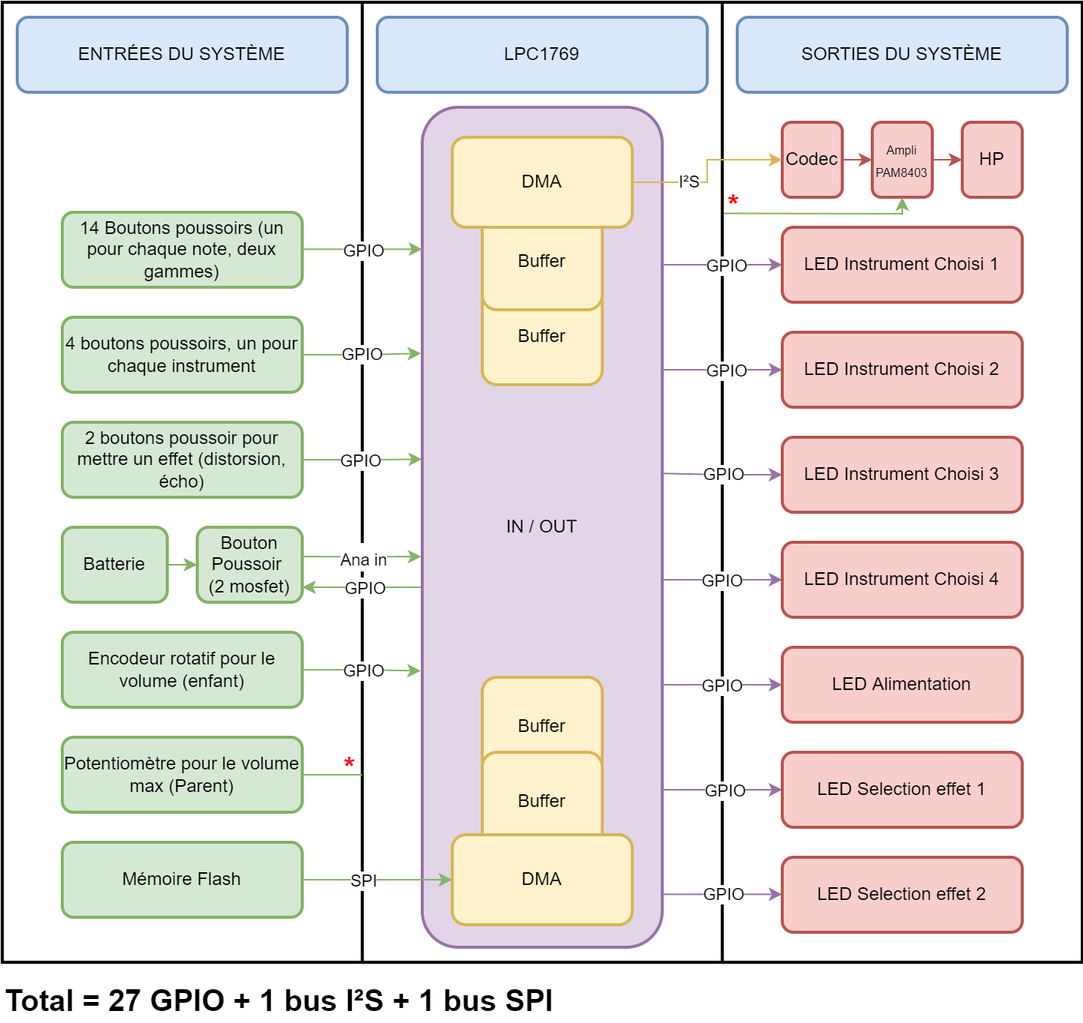
Earlier version of the draw.io export Schemas/Schema_Input_Out_v2.png (Ithoh/ProjetSynthe). Source tidied: cells renumbered, new cells last; positions are measured from the earlier drawing's top-left corner, leaving out a move shared by most shapes.
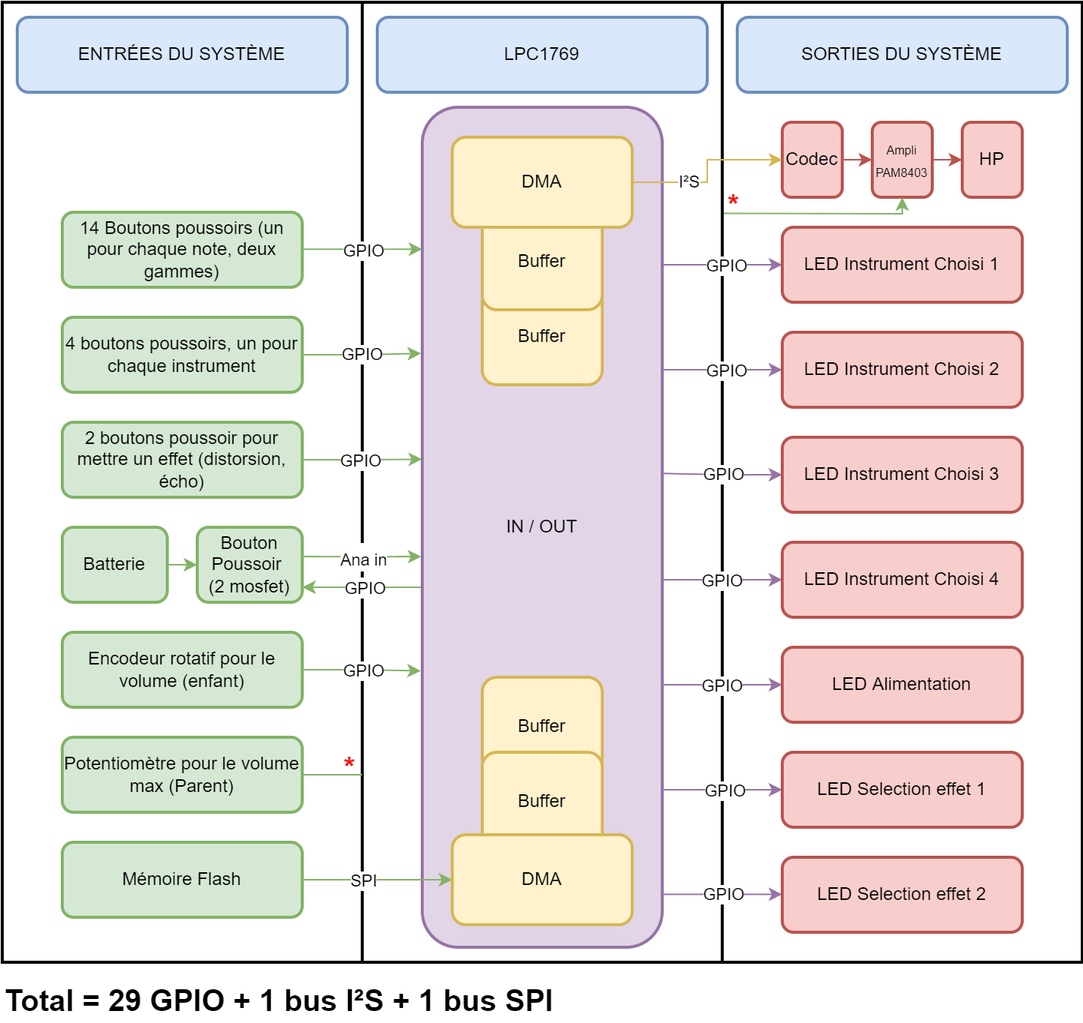
After the commit.

Commit message:
Correction IO schéma

What changed in the source:
```diff
@@ -226,7 +226,7 @@
     <mxCell id="54" value="HP" style="rounded=1;whiteSpace=wrap;html=1;fillColor=#f8cecc;strokeColor=#b85450;strokeWidth=2;" parent="1" vertex="1">
       <mxGeometry x="640" y="80" width="40" height="50" as="geometry" />
     </mxCell>
-    <mxCell id="55" value="&lt;font size=&quot;1&quot;&gt;&lt;b style=&quot;font-size: 20px&quot;&gt;Total = 27 GPIO + 1 bus I²S + 1 bus SPI&lt;/b&gt;&lt;/font&gt;" style="text;html=1;strokeColor=none;fillColor=none;align=left;verticalAlign=middle;whiteSpace=wrap;rounded=0;" parent="1" vertex="1">
+    <mxCell id="55" value="&lt;font size=&quot;1&quot;&gt;&lt;b style=&quot;font-size: 20px&quot;&gt;Total = 29 GPIO + 1 bus I²S + 1 bus SPI&lt;/b&gt;&lt;/font&gt;" style="text;html=1;strokeColor=none;fillColor=none;align=left;verticalAlign=middle;whiteSpace=wrap;rounded=0;" parent="1" vertex="1">
       <mxGeometry y="650" width="370" height="30" as="geometry" />
     </mxCell>
     <mxCell id="56" style="edgeStyle=orthogonalEdgeStyle;rounded=0;jettySize=auto;html=1;entryX=0;entryY=0.5;entryDx=0;entryDy=0;fillColor=#d5e8d4;strokeColor=#82b366;" parent="1" edge="1" source="58" target="64">
```
